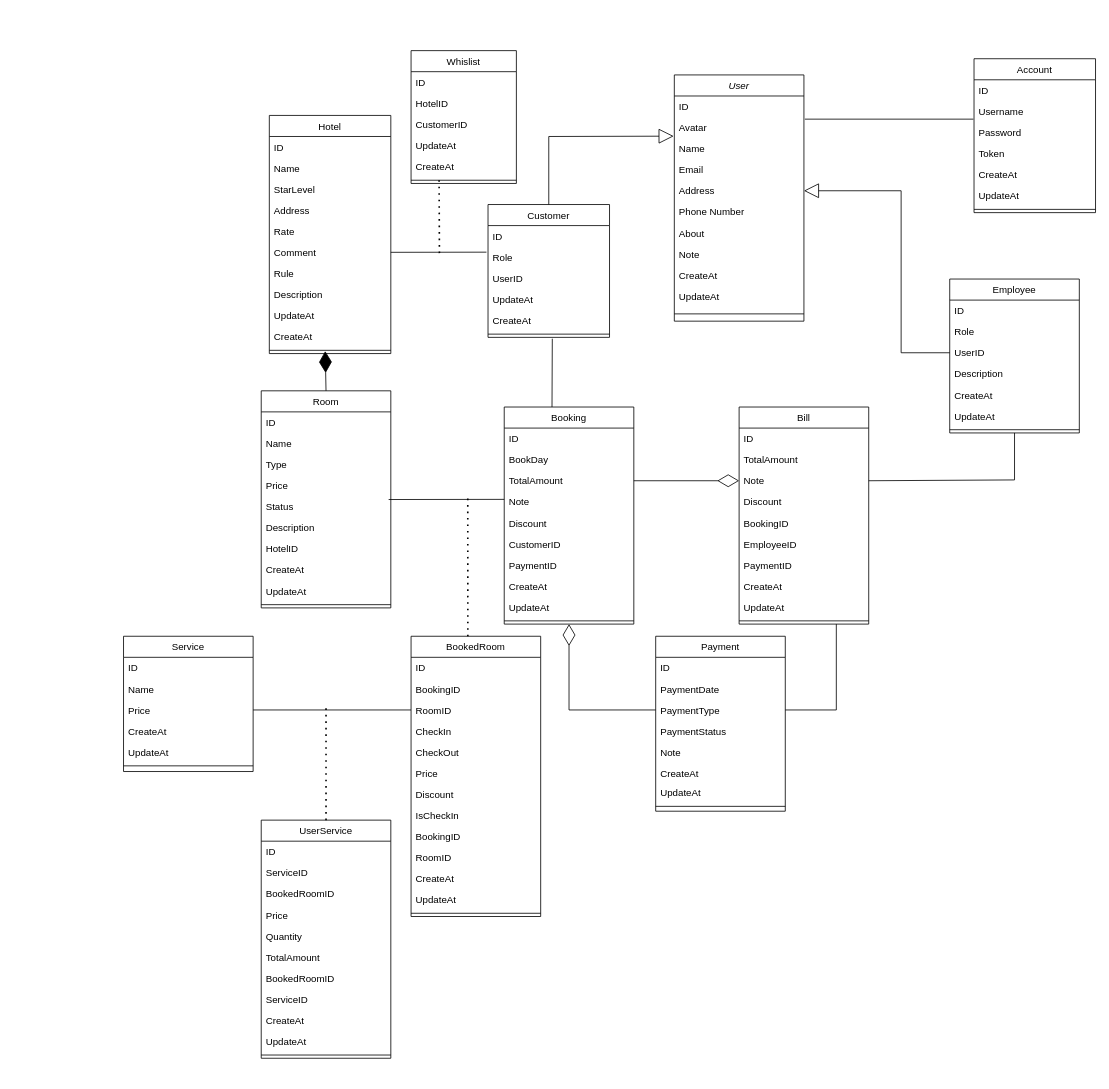
Before: page "Page-1" (1 of 2) of design/class-diagram.drawio in nekizz/final-project, a draw.io diagram. Source tidied: cells renumbered, new cells numbered last; positions are measured from the earlier drawing's top-left corner, leaving out a move shared by most shapes. Both pictures are drawn from the tidied source at 81%, with x=0, y=0 at pixel (123, 50).
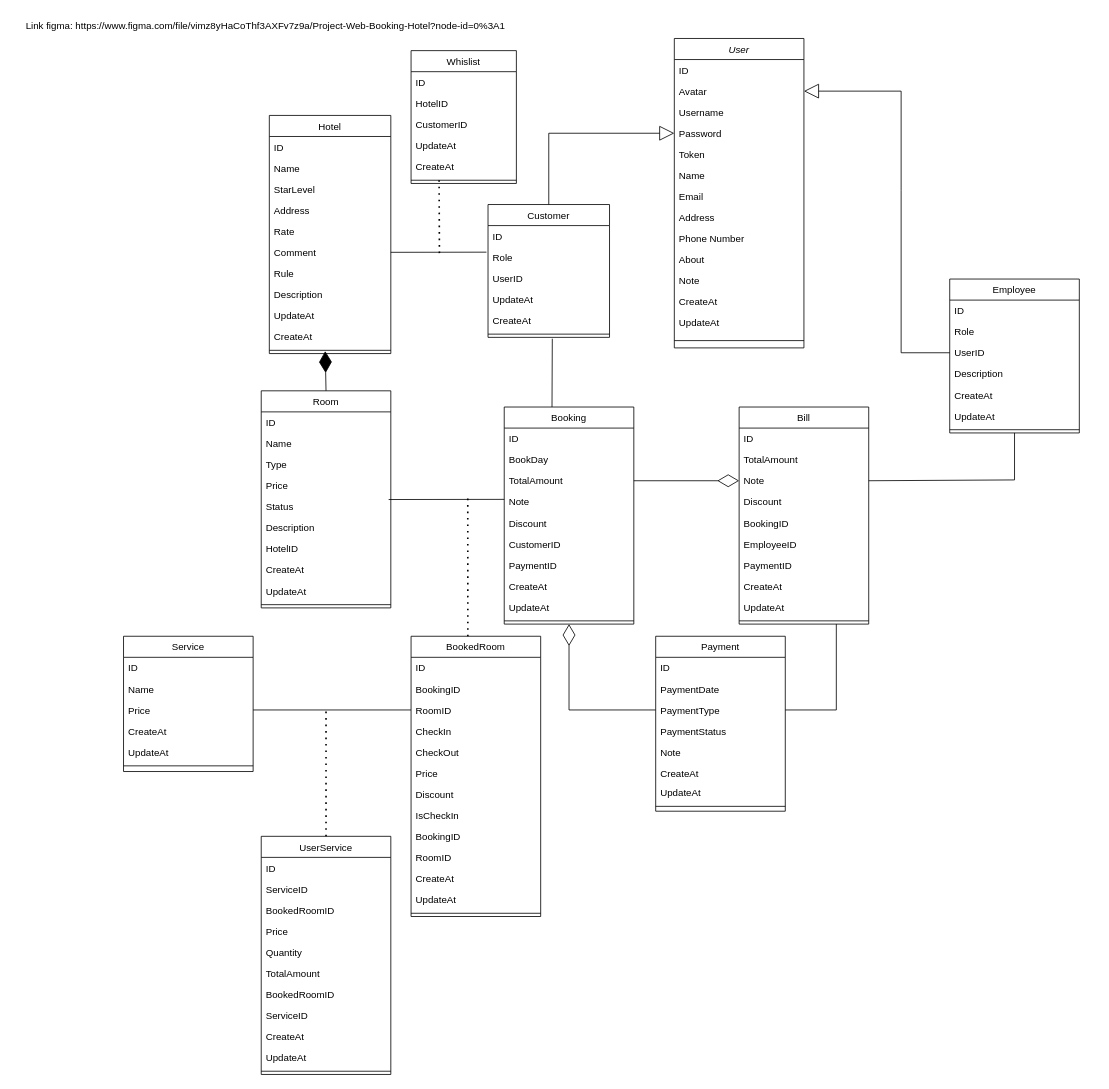
After the change.

The change refers to these unchanged cells:
```xml
<mxCell id="3" value="ID" style="text;align=left;verticalAlign=top;spacingLeft=4;spacingRight=4;overflow=hidden;points=[[0,0.5],[1,0.5]];portConstraint=eastwest;" parent="2" vertex="1">
  <mxGeometry y="26" width="160" height="26" as="geometry" />
</mxCell>
<mxCell id="4" value="Avatar" style="text;align=left;verticalAlign=top;spacingLeft=4;spacingRight=4;overflow=hidden;points=[[0,0.5],[1,0.5]];portConstraint=eastwest;rounded=0;shadow=0;html=0;" parent="2" vertex="1">
  <mxGeometry y="52" width="160" height="26" as="geometry" />
</mxCell>
<mxCell id="33" value="Customer" style="swimlane;fontStyle=0;align=center;verticalAlign=top;horizontal=1;startSize=26;rounded=0;shadow=0;strokeWidth=1;" parent="1" vertex="1">
  <mxGeometry x="450" y="190" width="150" height="164" as="geometry" />
</mxCell>
```

What changed in the source:
```diff
@@
     <mxCell id="2" value="User" style="swimlane;fontStyle=2;align=center;verticalAlign=top;horizontal=1;startSize=26;rounded=0;shadow=0;strokeWidth=1;" parent="1" vertex="1">
-      <mxGeometry x="680" y="30" width="160" height="304" as="geometry" />
+      <mxGeometry x="680" y="-15" width="160" height="382" as="geometry" />
     </mxCell>
@@
+    <mxCell id="42" value="Username" style="text;align=left;verticalAlign=top;spacingLeft=4;spacingRight=4;overflow=hidden;points=[[0,0.5],[1,0.5]];portConstraint=eastwest;rounded=0;shadow=0;html=0;" parent="2" vertex="1">
+      <mxGeometry y="78" width="160" height="26" as="geometry" />
+    </mxCell>
+    <mxCell id="43" value="Password" style="text;align=left;verticalAlign=top;spacingLeft=4;spacingRight=4;overflow=hidden;points=[[0,0.5],[1,0.5]];portConstraint=eastwest;rounded=0;shadow=0;html=0;" parent="2" vertex="1">
+      <mxGeometry y="104" width="160" height="26" as="geometry" />
+    </mxCell>
+    <mxCell id="44" value="Token" style="text;align=left;verticalAlign=top;spacingLeft=4;spacingRight=4;overflow=hidden;rounded=0;shadow=0;html=0;" parent="2" vertex="1">
+      <mxGeometry y="130" width="160" height="26" as="geometry" />
+    </mxCell>
     <mxCell id="5" value="Name" style="text;align=left;verticalAlign=top;spacingLeft=4;spacingRight=4;overflow=hidden;points=[[0,0.5],[1,0.5]];portConstraint=eastwest;rounded=0;shadow=0;html=0;" parent="2" vertex="1">
-      <mxGeometry y="78" width="160" height="26" as="geometry" />
+      <mxGeometry y="156" width="160" height="26" as="geometry" />
     </mxCell>
     <mxCell id="6" value="Email" style="text;align=left;verticalAlign=top;spacingLeft=4;spacingRight=4;overflow=hidden;rounded=0;shadow=0;html=0;" parent="2" vertex="1">
-      <mxGeometry y="104" width="160" height="26" as="geometry" />
+      <mxGeometry y="182" width="160" height="26" as="geometry" />
     </mxCell>
     <mxCell id="7" value="Address" style="text;align=left;verticalAlign=top;spacingLeft=4;spacingRight=4;overflow=hidden;points=[[0,0.5],[1,0.5]];portConstraint=eastwest;rounded=0;shadow=0;html=0;" parent="2" vertex="1">
-      <mxGeometry y="130" width="160" height="26" as="geometry" />
+      <mxGeometry y="208" width="160" height="26" as="geometry" />
     </mxCell>
     <mxCell id="8" value="Phone Number" style="text;align=left;verticalAlign=top;spacingLeft=4;spacingRight=4;overflow=hidden;rounded=0;shadow=0;html=0;" parent="2" vertex="1">
-      <mxGeometry y="156" width="160" height="26" as="geometry" />
+      <mxGeometry y="234" width="160" height="26" as="geometry" />
     </mxCell>
     <mxCell id="9" value="About" style="text;align=left;verticalAlign=top;spacingLeft=4;spacingRight=4;overflow=hidden;rounded=0;shadow=0;html=0;" parent="2" vertex="1">
-      <mxGeometry y="182" width="160" height="26" as="geometry" />
+      <mxGeometry y="260" width="160" height="26" as="geometry" />
     </mxCell>
     <mxCell id="10" value="Note" style="text;align=left;verticalAlign=top;spacingLeft=4;spacingRight=4;overflow=hidden;rounded=0;shadow=0;html=0;" parent="2" vertex="1">
-      <mxGeometry y="208" width="160" height="26" as="geometry" />
+      <mxGeometry y="286" width="160" height="26" as="geometry" />
     </mxCell>
     <mxCell id="11" value="CreateAt" style="text;align=left;verticalAlign=top;spacingLeft=4;spacingRight=4;overflow=hidden;rounded=0;shadow=0;html=0;" parent="2" vertex="1">
-      <mxGeometry y="234" width="160" height="26" as="geometry" />
+      <mxGeometry y="312" width="160" height="26" as="geometry" />
     </mxCell>
     <mxCell id="12" value="UpdateAt" style="text;align=left;verticalAlign=top;spacingLeft=4;spacingRight=4;overflow=hidden;rounded=0;shadow=0;html=0;" parent="2" vertex="1">
-      <mxGeometry y="260" width="160" height="26" as="geometry" />
+      <mxGeometry y="338" width="160" height="26" as="geometry" />
     </mxCell>
     <mxCell id="13" style="line;html=1;strokeWidth=1;align=left;verticalAlign=middle;spacingTop=-1;spacingLeft=3;spacingRight=3;labelPosition=right;" parent="2" vertex="1">
-      <mxGeometry y="286" width="160" height="18" as="geometry" />
+      <mxGeometry y="364" width="160" height="18" as="geometry" />
     </mxCell>
@@
-    <mxCell id="40" value="Account" style="swimlane;fontStyle=0;align=center;verticalAlign=top;horizontal=1;startSize=26;rounded=0;shadow=0;strokeWidth=1;" parent="1" vertex="1">
-      <mxGeometry x="1050" y="10" width="150" height="190" as="geometry" />
-    </mxCell>
-    <mxCell id="41" value="ID" style="text;align=left;verticalAlign=top;spacingLeft=4;spacingRight=4;overflow=hidden;" parent="40" vertex="1">
-      <mxGeometry y="26" width="150" height="26" as="geometry" />
-    </mxCell>
-    <mxCell id="42" value="Username" style="text;align=left;verticalAlign=top;spacingLeft=4;spacingRight=4;overflow=hidden;points=[[0,0.5],[1,0.5]];portConstraint=eastwest;rounded=0;shadow=0;html=0;" parent="40" vertex="1">
-      <mxGeometry y="52" width="150" height="26" as="geometry" />
-    </mxCell>
-    <mxCell id="43" value="Password" style="text;align=left;verticalAlign=top;spacingLeft=4;spacingRight=4;overflow=hidden;points=[[0,0.5],[1,0.5]];portConstraint=eastwest;rounded=0;shadow=0;html=0;" parent="40" vertex="1">
-      <mxGeometry y="78" width="150" height="26" as="geometry" />
-    </mxCell>
-    <mxCell id="44" value="Token" style="text;align=left;verticalAlign=top;spacingLeft=4;spacingRight=4;overflow=hidden;rounded=0;shadow=0;html=0;" parent="40" vertex="1">
-      <mxGeometry y="104" width="150" height="26" as="geometry" />
-    </mxCell>
-    <mxCell id="45" value="CreateAt" style="text;align=left;verticalAlign=top;spacingLeft=4;spacingRight=4;overflow=hidden;rounded=0;shadow=0;html=0;" parent="40" vertex="1">
-      <mxGeometry y="130" width="150" height="26" as="geometry" />
-    </mxCell>
-    <mxCell id="46" value="UpdateAt" style="text;align=left;verticalAlign=top;spacingLeft=4;spacingRight=4;overflow=hidden;rounded=0;shadow=0;html=0;" parent="40" vertex="1">
-      <mxGeometry y="156" width="150" height="26" as="geometry" />
-    </mxCell>
-    <mxCell id="47" style="line;html=1;strokeWidth=1;align=left;verticalAlign=middle;spacingTop=-1;spacingLeft=3;spacingRight=3;labelPosition=right;" parent="40" vertex="1">
-      <mxGeometry y="182" width="150" height="8" as="geometry" />
-    </mxCell>
-    <mxCell id="48" style="endArrow=none;html=1;rounded=0;entryX=-0.005;entryY=0.869;entryDx=0;entryDy=0;entryPerimeter=0;exitX=1.007;exitY=1.1;exitDx=0;exitDy=0;exitPerimeter=0;" parent="1" edge="1" source="3" target="42">
-      <mxGeometry relative="1" as="geometry" />
-    </mxCell>
@@
     <mxCell id="83" value="UserService" style="swimlane;fontStyle=0;align=center;verticalAlign=top;horizontal=1;startSize=26;rounded=0;shadow=0;strokeWidth=1;" parent="1" vertex="1">
-      <mxGeometry x="170" y="950" width="160" height="294" as="geometry" />
+      <mxGeometry x="170" y="970" width="160" height="294" as="geometry" />
     </mxCell>
@@
-    <mxCell id="130" style="endArrow=block;endSize=16;endFill=0;html=1;rounded=0;exitX=0.5;exitY=0;exitDx=0;exitDy=0;entryX=-0.005;entryY=-0.092;entryDx=0;entryDy=0;entryPerimeter=0;" parent="1" edge="1" source="33" target="5">
+    <mxCell id="130" style="endArrow=block;endSize=16;endFill=0;html=1;rounded=0;exitX=0.5;exitY=0;exitDx=0;exitDy=0;entryX=0;entryY=0.5;entryDx=0;entryDy=0;" parent="1" edge="1" source="33" target="43">
       <mxGeometry x="-0.14" y="63" relative="1" as="geometry">
         <Array as="points">
-          <mxPoint x="525" y="106" />
+          <mxPoint x="525" y="102" />
         </Array>
       </mxGeometry>
     </mxCell>
-    <mxCell id="131" style="endArrow=block;endSize=16;endFill=0;html=1;rounded=0;exitX=0;exitY=0.5;exitDx=0;exitDy=0;entryX=1;entryY=0.5;entryDx=0;entryDy=0;" parent="1" edge="1" target="7">
+    <mxCell id="131" style="endArrow=block;endSize=16;endFill=0;html=1;rounded=0;exitX=0;exitY=0.5;exitDx=0;exitDy=0;entryX=1;entryY=0.5;entryDx=0;entryDy=0;" parent="1" edge="1" target="4">
       <mxGeometry x="-0.12" y="82" relative="1" as="geometry">
         <mxPoint x="1020" y="373" as="sourcePoint" />
         <Array as="points">
           <mxPoint x="960" y="373" />
           <mxPoint x="960" y="173" />
+          <mxPoint x="960" y="50" />
         </Array>
       </mxGeometry>
     </mxCell>
@@
+    <mxCell id="146" value="Link figma:&amp;nbsp;https://www.figma.com/file/vimz8yHaCoThf3AXFv7z9a/Project-Web-Booking-Hotel?node-id=0%3A1" style="text;html=1;align=center;verticalAlign=middle;strokeColor=none;fillColor=none;" parent="1" vertex="1">
+      <mxGeometry x="-135" y="-45" width="620" height="30" as="geometry" />
+    </mxCell>
```
